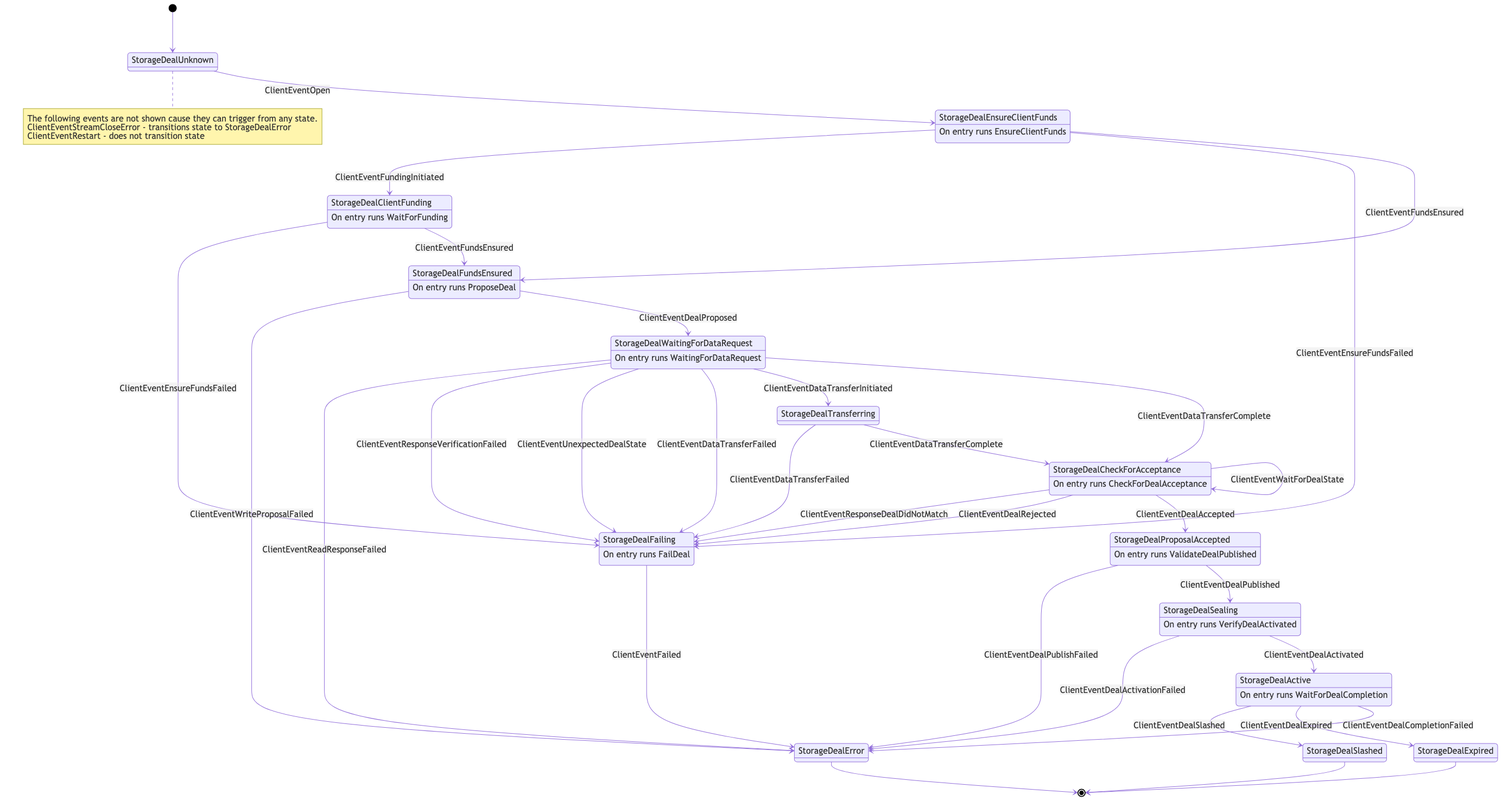
Before: docs/storageclient.mmd.png, a diagram exported from Mermaid (filecoin-project/go-fil-markets). Its source is kept beside it as docs/storageclient.mmd.
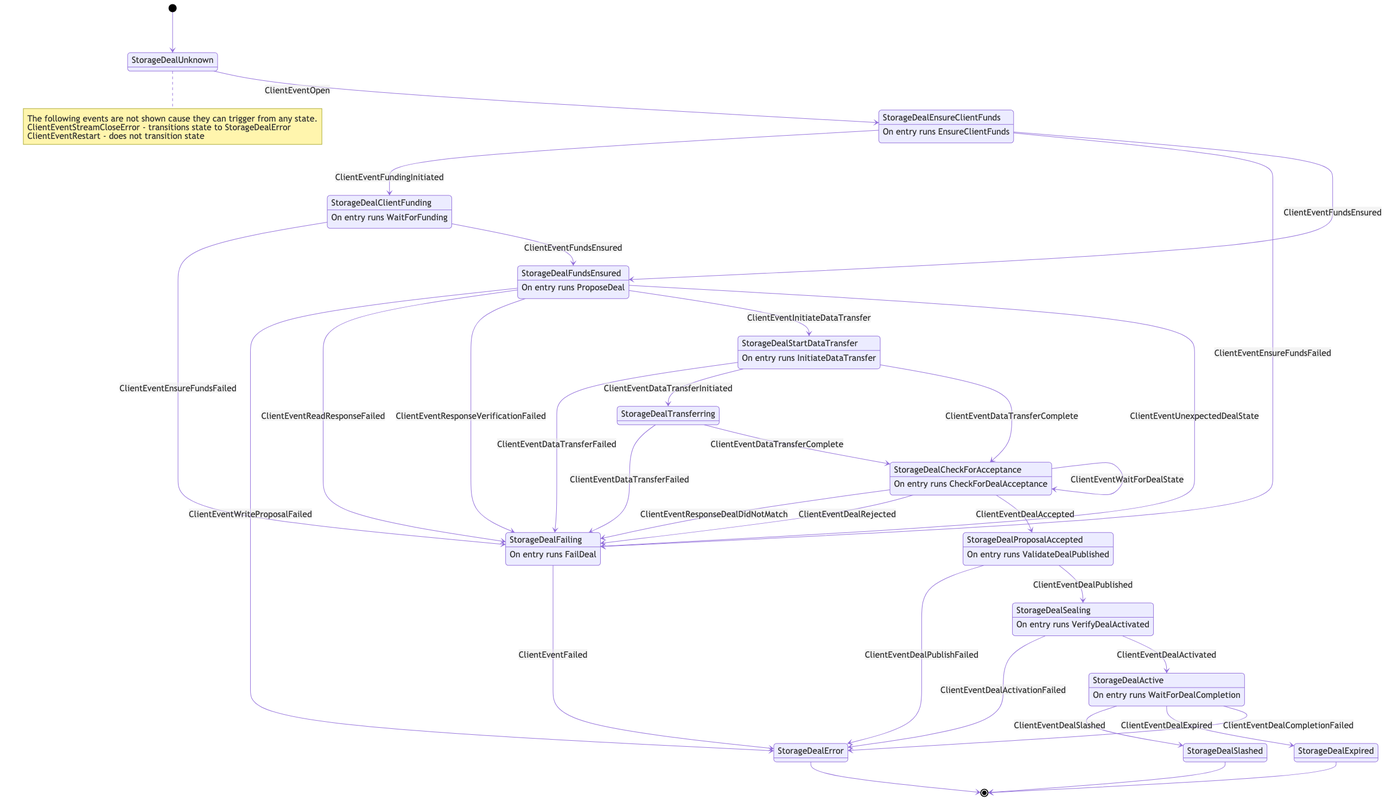
After the commit.

Commit message:
Request and read deal proposal in the same client state handler

What changed in the source:
```diff
@@ -7,21 +7,21 @@
 	state "StorageDealSlashed" as 8
 	state "StorageDealFailing" as 9
 	state "StorageDealFundsEnsured" as 10
-	state "StorageDealWaitingForDataRequest" as 11
 	state "StorageDealCheckForAcceptance" as 12
-	state "StorageDealTransferring" as 15
-	state "StorageDealEnsureClientFunds" as 19
-	state "StorageDealClientFunding" as 21
-	state "StorageDealError" as 24
+	state "StorageDealStartDataTransfer" as 15
+	state "StorageDealTransferring" as 16
+	state "StorageDealEnsureClientFunds" as 20
+	state "StorageDealClientFunding" as 22
+	state "StorageDealError" as 25
 	3 : On entry runs ValidateDealPublished
 	5 : On entry runs VerifyDealActivated
 	6 : On entry runs WaitForDealCompletion
 	9 : On entry runs FailDeal
 	10 : On entry runs ProposeDeal
-	11 : On entry runs WaitingForDataRequest
 	12 : On entry runs CheckForDealAcceptance
-	19 : On entry runs EnsureClientFunds
-	21 : On entry runs WaitForFunding
+	15 : On entry runs InitiateDataTransfer
+	20 : On entry runs EnsureClientFunds
+	22 : On entry runs WaitForFunding
 	[*] --> 0
 	note right of 0
 		The following events are not shown cause they can trigger from any state.
@@ -29,34 +29,34 @@
 		ClientEventStreamCloseError - transitions state to StorageDealError
 		ClientEventRestart - does not transition state
 	end note
-	0 --> 19 : ClientEventOpen
-	19 --> 21 : ClientEventFundingInitiated
-	19 --> 9 : ClientEventEnsureFundsFailed
-	21 --> 9 : ClientEventEnsureFundsFailed
-	19 --> 10 : ClientEventFundsEnsured
-	21 --> 10 : ClientEventFundsEnsured
-	10 --> 24 : ClientEventWriteProposalFailed
-	10 --> 11 : ClientEventDealProposed
-	11 --> 24 : ClientEventReadResponseFailed
-	11 --> 9 : ClientEventResponseVerificationFailed
-	11 --> 9 : ClientEventUnexpectedDealState
-	11 --> 9 : ClientEventDataTransferFailed
+	0 --> 20 : ClientEventOpen
+	20 --> 22 : ClientEventFundingInitiated
+	20 --> 9 : ClientEventEnsureFundsFailed
+	22 --> 9 : ClientEventEnsureFundsFailed
+	20 --> 10 : ClientEventFundsEnsured
+	22 --> 10 : ClientEventFundsEnsured
+	10 --> 25 : ClientEventWriteProposalFailed
+	10 --> 9 : ClientEventReadResponseFailed
+	10 --> 9 : ClientEventResponseVerificationFailed
+	10 --> 15 : ClientEventInitiateDataTransfer
+	10 --> 9 : ClientEventUnexpectedDealState
 	15 --> 9 : ClientEventDataTransferFailed
-	11 --> 15 : ClientEventDataTransferInitiated
-	11 --> 12 : ClientEventDataTransferComplete
+	16 --> 9 : ClientEventDataTransferFailed
+	15 --> 16 : ClientEventDataTransferInitiated
 	15 --> 12 : ClientEventDataTransferComplete
+	16 --> 12 : ClientEventDataTransferComplete
 	12 --> 12 : ClientEventWaitForDealState
 	12 --> 9 : ClientEventResponseDealDidNotMatch
 	12 --> 9 : ClientEventDealRejected
 	12 --> 3 : ClientEventDealAccepted
-	3 --> 24 : ClientEventDealPublishFailed
+	3 --> 25 : ClientEventDealPublishFailed
 	3 --> 5 : ClientEventDealPublished
-	5 --> 24 : ClientEventDealActivationFailed
+	5 --> 25 : ClientEventDealActivationFailed
 	5 --> 6 : ClientEventDealActivated
 	6 --> 8 : ClientEventDealSlashed
 	6 --> 7 : ClientEventDealExpired
-	6 --> 24 : ClientEventDealCompletionFailed
-	9 --> 24 : ClientEventFailed
+	6 --> 25 : ClientEventDealCompletionFailed
+	9 --> 25 : ClientEventFailed
 	8 --> [*]
 	7 --> [*]
-	24 --> [*]
+	25 --> [*]
```
